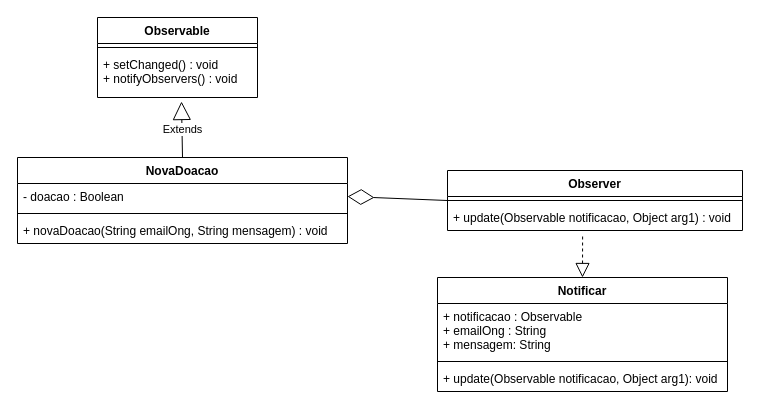
Earlier version of the draw.io diagram docs/drawio-web/Diagrama_Observer.drawio (apires-roberta/bp). Source tidied: cells renumbered, new cells numbered last; positions are measured from the earlier drawing's top-left corner, leaving out a move shared by most shapes. Both pictures are drawn from the tidied source at 100%, with x=0, y=0 at pixel (17, 17).
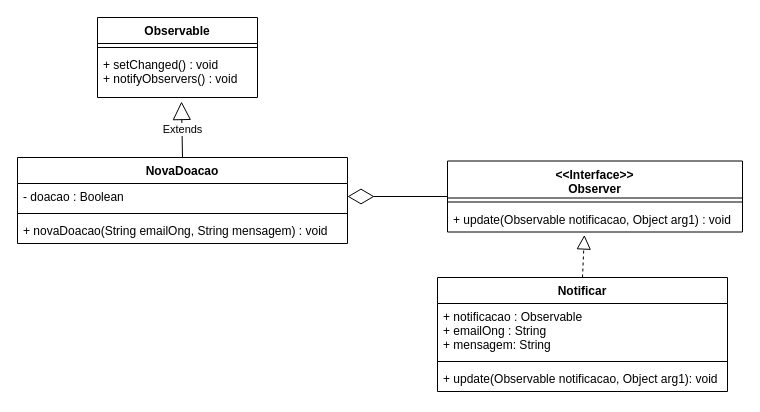
The same page after the edit.

What changed in the source:
```diff
@@
 <mxGraphModel>
   <root>
     <mxCell id="0" />
     <mxCell id="1" parent="0" />
     <mxCell id="2" value="NovaDoacao" style="swimlane;fontStyle=1;align=center;verticalAlign=top;horizontal=1;startSize=26;" parent="1" vertex="1">
       <mxGeometry y="140" width="330" height="86" as="geometry" />
     </mxCell>
     <mxCell id="3" value="- doacao : Boolean" style="text;strokeColor=none;fillColor=none;align=left;verticalAlign=top;spacingLeft=4;spacingRight=4;overflow=hidden;points=[[0,0.5],[1,0.5]];portConstraint=eastwest;" parent="2" vertex="1">
       <mxGeometry y="26" width="330" height="26" as="geometry" />
     </mxCell>
     <mxCell id="4" style="line;strokeWidth=1;fillColor=none;align=left;verticalAlign=middle;spacingTop=-1;spacingLeft=3;spacingRight=3;labelPosition=right;" parent="2" vertex="1">
       <mxGeometry y="52" width="330" height="8" as="geometry" />
     </mxCell>
     <mxCell id="5" value="+ novaDoacao(String emailOng, String mensagem) : void" style="text;strokeColor=none;fillColor=none;align=left;verticalAlign=top;spacingLeft=4;spacingRight=4;overflow=hidden;" parent="2" vertex="1">
       <mxGeometry y="60" width="330" height="26" as="geometry" />
     </mxCell>
     <mxCell id="6" value="Extends" style="endArrow=block;endSize=16;endFill=0;html=1;rounded=0;exitX=0.5;exitY=0;exitDx=0;exitDy=0;entryX=0.525;entryY=1.087;entryDx=0;entryDy=0;entryPerimeter=0;" parent="1" edge="1" source="2" target="9">
       <mxGeometry relative="1" as="geometry" />
     </mxCell>
     <mxCell id="7" value="Observable" style="swimlane;fontStyle=1;align=center;verticalAlign=top;horizontal=1;startSize=26;" parent="1" vertex="1">
       <mxGeometry x="80" width="160" height="80" as="geometry" />
     </mxCell>
     <mxCell id="8" style="line;strokeWidth=1;fillColor=none;align=left;verticalAlign=middle;spacingTop=-1;spacingLeft=3;spacingRight=3;labelPosition=right;" parent="7" vertex="1">
       <mxGeometry y="26" width="160" height="8" as="geometry" />
     </mxCell>
     <mxCell id="9" value="+ setChanged() : void&#10;+ notifyObservers() : void" style="text;strokeColor=none;fillColor=none;align=left;verticalAlign=top;spacingLeft=4;spacingRight=4;overflow=hidden;points=[[0,0.5],[1,0.5]];portConstraint=eastwest;" parent="7" vertex="1">
       <mxGeometry y="34" width="160" height="46" as="geometry" />
     </mxCell>
     <mxCell id="10" style="endArrow=diamondThin;endFill=0;endSize=24;html=1;rounded=0;entryX=1;entryY=0.5;entryDx=0;entryDy=0;exitX=0;exitY=0.5;exitDx=0;exitDy=0;" parent="1" edge="1" source="16" target="3">
       <mxGeometry relative="1" as="geometry" />
     </mxCell>
     <mxCell id="11" value="Notificar" style="swimlane;fontStyle=1;align=center;verticalAlign=top;horizontal=1;startSize=26;" parent="1" vertex="1">
       <mxGeometry x="420" y="260" width="290" height="114" as="geometry" />
     </mxCell>
     <mxCell id="12" value="+ notificacao : Observable&#10;+ emailOng : String&#10;+ mensagem: String" style="text;strokeColor=none;fillColor=none;align=left;verticalAlign=top;spacingLeft=4;spacingRight=4;overflow=hidden;" parent="11" vertex="1">
       <mxGeometry y="26" width="290" height="54" as="geometry" />
     </mxCell>
     <mxCell id="13" style="line;strokeWidth=1;fillColor=none;align=left;verticalAlign=middle;spacingTop=-1;spacingLeft=3;spacingRight=3;labelPosition=right;" parent="11" vertex="1">
       <mxGeometry y="80" width="290" height="8" as="geometry" />
     </mxCell>
     <mxCell id="14" value="+ update(Observable notificacao, Object arg1): void" style="text;strokeColor=none;fillColor=none;align=left;verticalAlign=top;spacingLeft=4;spacingRight=4;overflow=hidden;" parent="11" vertex="1">
       <mxGeometry y="88" width="290" height="26" as="geometry" />
     </mxCell>
-    <mxCell id="15" style="endArrow=block;dashed=1;endFill=0;endSize=12;html=1;rounded=0;entryX=0.5;entryY=0;entryDx=0;entryDy=0;exitX=0.458;exitY=1.231;exitDx=0;exitDy=0;exitPerimeter=0;" parent="1" edge="1" source="18" target="11">
+    <mxCell id="15" style="endArrow=block;dashed=1;endFill=0;endSize=12;html=1;rounded=0;exitX=0.5;exitY=0;exitDx=0;exitDy=0;entryX=0.464;entryY=1.115;entryDx=0;entryDy=0;entryPerimeter=0;" parent="1" edge="1" source="11" target="18">
       <mxGeometry relative="1" as="geometry" />
     </mxCell>
-    <mxCell id="16" value="Observer" style="swimlane;fontStyle=1;align=center;verticalAlign=top;horizontal=1;startSize=26;" parent="1" vertex="1">
-      <mxGeometry x="430" y="153" width="295" height="60" as="geometry" />
+    <mxCell id="16" value="&lt;&lt;Interface&gt;&gt;&#10;Observer" style="swimlane;fontStyle=1;align=center;verticalAlign=top;horizontal=1;startSize=37;" parent="1" vertex="1">
+      <mxGeometry x="430" y="143.5" width="295" height="71" as="geometry" />
     </mxCell>
     <mxCell id="17" style="line;strokeWidth=1;fillColor=none;align=left;verticalAlign=middle;spacingTop=-1;spacingLeft=3;spacingRight=3;labelPosition=right;" parent="16" vertex="1">
-      <mxGeometry y="26" width="295" height="8" as="geometry" />
+      <mxGeometry y="37" width="295" height="8" as="geometry" />
     </mxCell>
     <mxCell id="18" value="+ update(Observable notificacao, Object arg1) : void" style="text;strokeColor=none;fillColor=none;align=left;verticalAlign=top;spacingLeft=4;spacingRight=4;overflow=hidden;points=[[0,0.5],[1,0.5]];portConstraint=eastwest;" parent="16" vertex="1">
-      <mxGeometry y="34" width="295" height="26" as="geometry" />
+      <mxGeometry y="45" width="295" height="26" as="geometry" />
     </mxCell>
   </root>
 </mxGraphModel>
```
